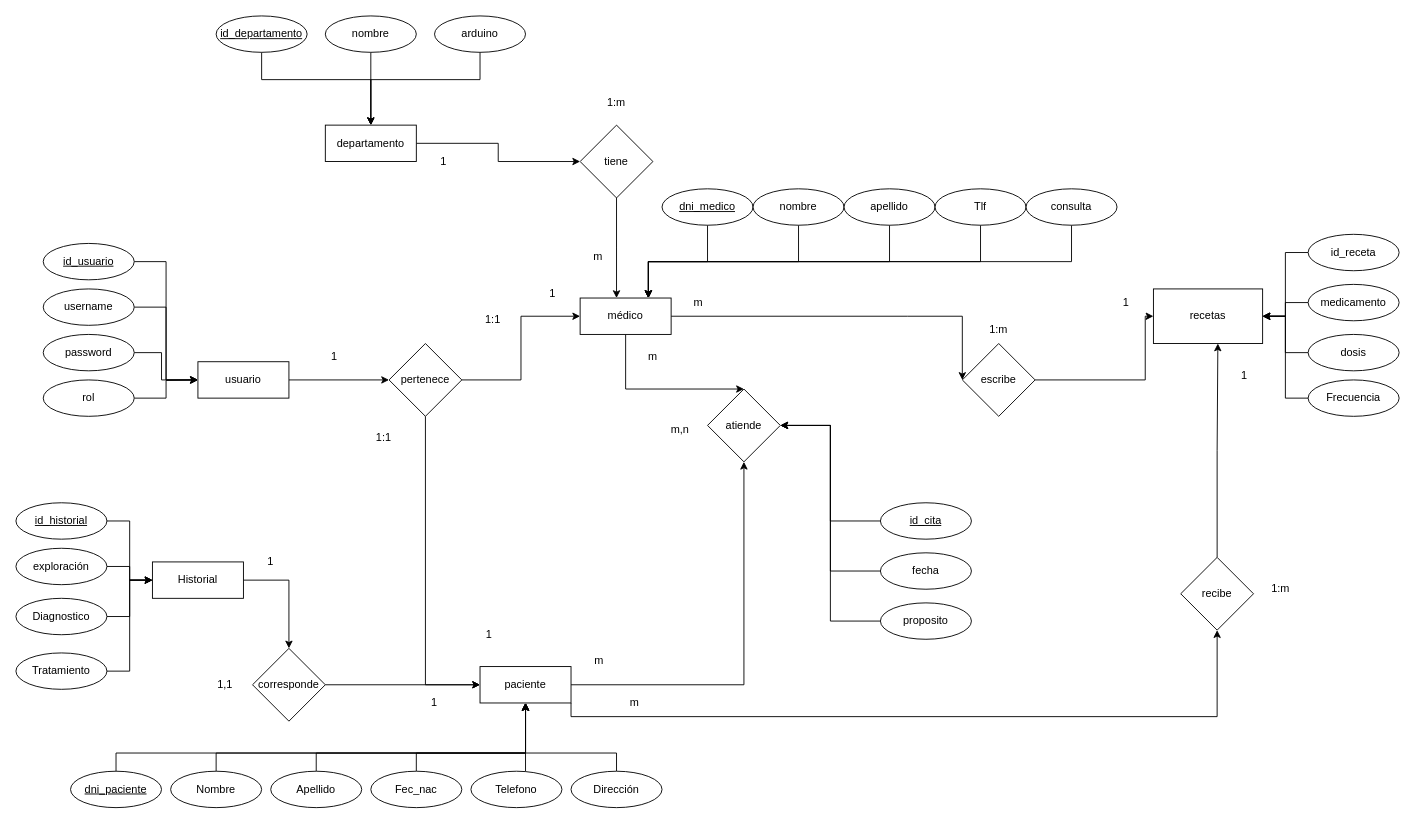
Above: bbdd/modelo e-r.drawio in varialheel/tfc (draw.io), before the change. Source tidied: cells renumbered, new cells numbered last; positions are measured from the earlier drawing's top-left corner, leaving out a move shared by most shapes. Both pictures are drawn from the tidied source at 91%, with x=0, y=0 at pixel (15, 15).
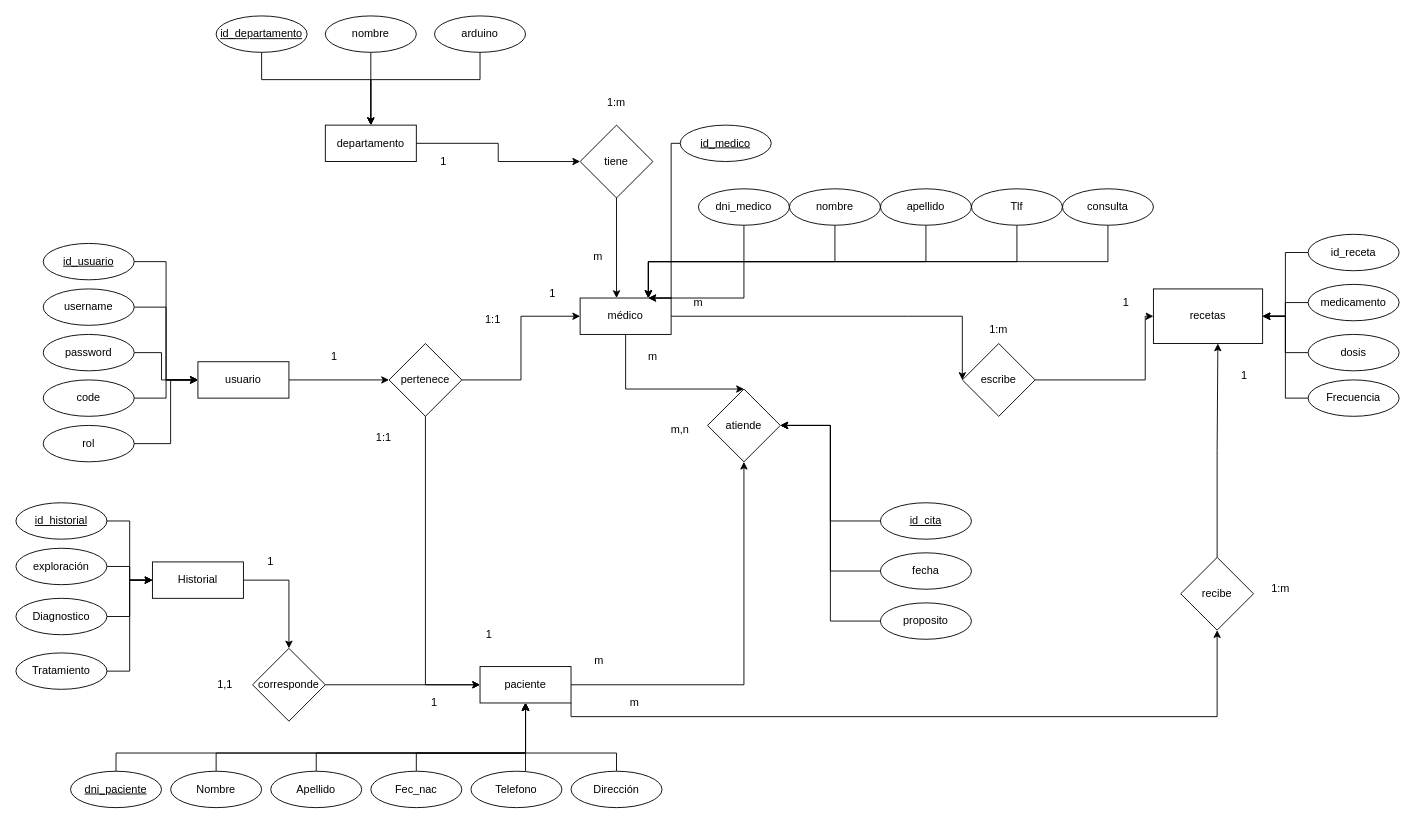
The same diagram, later.

Unchanged cells that the change refers to:
```xml
<mxCell id="3" value="usuario" style="whiteSpace=wrap;html=1;align=center;" parent="1" vertex="1">
  <mxGeometry x="200" y="380" width="100" height="40" as="geometry" />
</mxCell>
<mxCell id="14" value="médico" style="whiteSpace=wrap;html=1;align=center;" parent="1" vertex="1">
  <mxGeometry x="620" y="310" width="100" height="40" as="geometry" />
</mxCell>
```

Diff of the diagram source:
```diff
@@
     <mxCell id="10" style="edgeStyle=orthogonalEdgeStyle;rounded=0;jettySize=auto;html=1;" parent="1" edge="1" source="11">
       <mxGeometry relative="1" as="geometry">
         <mxPoint x="200" y="400" as="targetPoint" />
+        <Array as="points">
+          <mxPoint x="170" y="470" />
+          <mxPoint x="170" y="400" />
+        </Array>
       </mxGeometry>
     </mxCell>
     <mxCell id="11" value="rol" style="ellipse;whiteSpace=wrap;html=1;align=center;" parent="1" vertex="1">
-      <mxGeometry x="30" y="400" width="100" height="40" as="geometry" />
+      <mxGeometry x="30" y="450" width="100" height="40" as="geometry" />
     </mxCell>
@@
     <mxCell id="87" style="edgeStyle=orthogonalEdgeStyle;rounded=0;jettySize=auto;html=1;entryX=0.75;entryY=0;entryDx=0;entryDy=0;" parent="1" edge="1" source="88" target="14">
-      <mxGeometry relative="1" as="geometry" />
+      <mxGeometry relative="1" as="geometry">
+        <Array as="points">
+          <mxPoint x="800" y="310" />
+        </Array>
+      </mxGeometry>
     </mxCell>
-    <mxCell id="88" value="dni_medico" style="ellipse;whiteSpace=wrap;html=1;align=center;fontStyle=4;" parent="1" vertex="1">
-      <mxGeometry x="710" y="190" width="100" height="40" as="geometry" />
+    <mxCell id="88" value="dni_medico" style="ellipse;whiteSpace=wrap;html=1;align=center;fontStyle=0;" parent="1" vertex="1">
+      <mxGeometry x="750" y="190" width="100" height="40" as="geometry" />
     </mxCell>
     <mxCell id="89" style="edgeStyle=orthogonalEdgeStyle;rounded=0;jettySize=auto;html=1;entryX=0.75;entryY=0;entryDx=0;entryDy=0;" parent="1" edge="1" source="90" target="14">
       <mxGeometry relative="1" as="geometry">
         <Array as="points">
-          <mxPoint x="860" y="270" />
+          <mxPoint x="900" y="270" />
           <mxPoint x="695" y="270" />
         </Array>
       </mxGeometry>
     </mxCell>
     <mxCell id="90" value="nombre" style="ellipse;whiteSpace=wrap;html=1;align=center;" parent="1" vertex="1">
-      <mxGeometry x="810" y="190" width="100" height="40" as="geometry" />
+      <mxGeometry x="850" y="190" width="100" height="40" as="geometry" />
     </mxCell>
     <mxCell id="91" style="edgeStyle=orthogonalEdgeStyle;rounded=0;jettySize=auto;html=1;entryX=0.75;entryY=0;entryDx=0;entryDy=0;" parent="1" edge="1" source="92" target="14">
       <mxGeometry relative="1" as="geometry">
         <Array as="points">
-          <mxPoint x="960" y="270" />
+          <mxPoint x="1000" y="270" />
           <mxPoint x="695" y="270" />
         </Array>
       </mxGeometry>
     </mxCell>
     <mxCell id="92" value="apellido" style="ellipse;whiteSpace=wrap;html=1;align=center;" parent="1" vertex="1">
-      <mxGeometry x="910" y="190" width="100" height="40" as="geometry" />
+      <mxGeometry x="950" y="190" width="100" height="40" as="geometry" />
     </mxCell>
     <mxCell id="93" style="edgeStyle=orthogonalEdgeStyle;rounded=0;jettySize=auto;html=1;entryX=0.75;entryY=0;entryDx=0;entryDy=0;" parent="1" edge="1" source="94" target="14">
       <mxGeometry relative="1" as="geometry">
         <Array as="points">
-          <mxPoint x="1060" y="270" />
+          <mxPoint x="1100" y="270" />
           <mxPoint x="695" y="270" />
         </Array>
       </mxGeometry>
     </mxCell>
     <mxCell id="94" value="Tlf" style="ellipse;whiteSpace=wrap;html=1;align=center;" parent="1" vertex="1">
-      <mxGeometry x="1010" y="190" width="100" height="40" as="geometry" />
+      <mxGeometry x="1050" y="190" width="100" height="40" as="geometry" />
     </mxCell>
@@
     <mxCell id="103" style="edgeStyle=orthogonalEdgeStyle;rounded=0;jettySize=auto;html=1;entryX=0.75;entryY=0;entryDx=0;entryDy=0;" parent="1" edge="1" source="104" target="14">
       <mxGeometry relative="1" as="geometry">
         <Array as="points">
-          <mxPoint x="1160" y="270" />
+          <mxPoint x="1200" y="270" />
           <mxPoint x="695" y="270" />
         </Array>
       </mxGeometry>
     </mxCell>
     <mxCell id="104" value="consulta" style="ellipse;whiteSpace=wrap;html=1;align=center;" parent="1" vertex="1">
-      <mxGeometry x="1110" y="190" width="100" height="40" as="geometry" />
+      <mxGeometry x="1150" y="190" width="100" height="40" as="geometry" />
     </mxCell>
+    <mxCell id="105" style="edgeStyle=orthogonalEdgeStyle;rounded=0;jettySize=auto;html=1;entryX=0;entryY=0.5;entryDx=0;entryDy=0;" parent="1" edge="1" source="106" target="3">
+      <mxGeometry relative="1" as="geometry" />
+    </mxCell>
+    <mxCell id="106" value="code" style="ellipse;whiteSpace=wrap;html=1;align=center;" parent="1" vertex="1">
+      <mxGeometry x="30" y="400" width="100" height="40" as="geometry" />
+    </mxCell>
+    <mxCell id="107" style="edgeStyle=orthogonalEdgeStyle;rounded=0;jettySize=auto;html=1;entryX=0.75;entryY=0;entryDx=0;entryDy=0;" parent="1" edge="1" source="108" target="14">
+      <mxGeometry relative="1" as="geometry">
+        <Array as="points">
+          <mxPoint x="720" y="140" />
+          <mxPoint x="720" y="310" />
+        </Array>
+      </mxGeometry>
+    </mxCell>
+    <mxCell id="108" value="id_medico" style="ellipse;whiteSpace=wrap;html=1;align=center;fontStyle=4;" parent="1" vertex="1">
+      <mxGeometry x="730" y="120" width="100" height="40" as="geometry" />
+    </mxCell>
```
